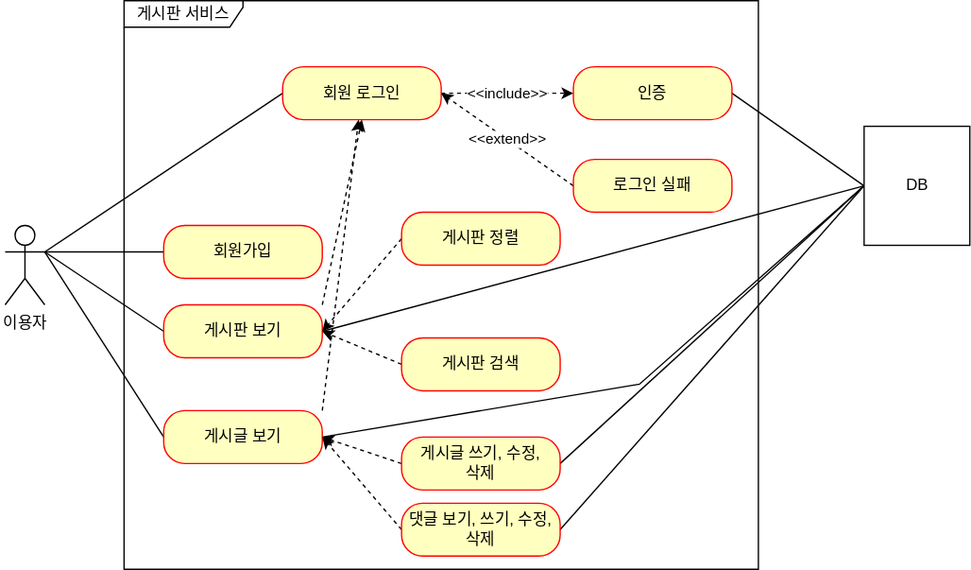
Above: document/use-case.svg in nooose/board (draw.io), before the change. Source tidied: cells renumbered, new cells last; positions are measured from the earlier drawing's top-left corner, leaving out a move shared by most shapes.
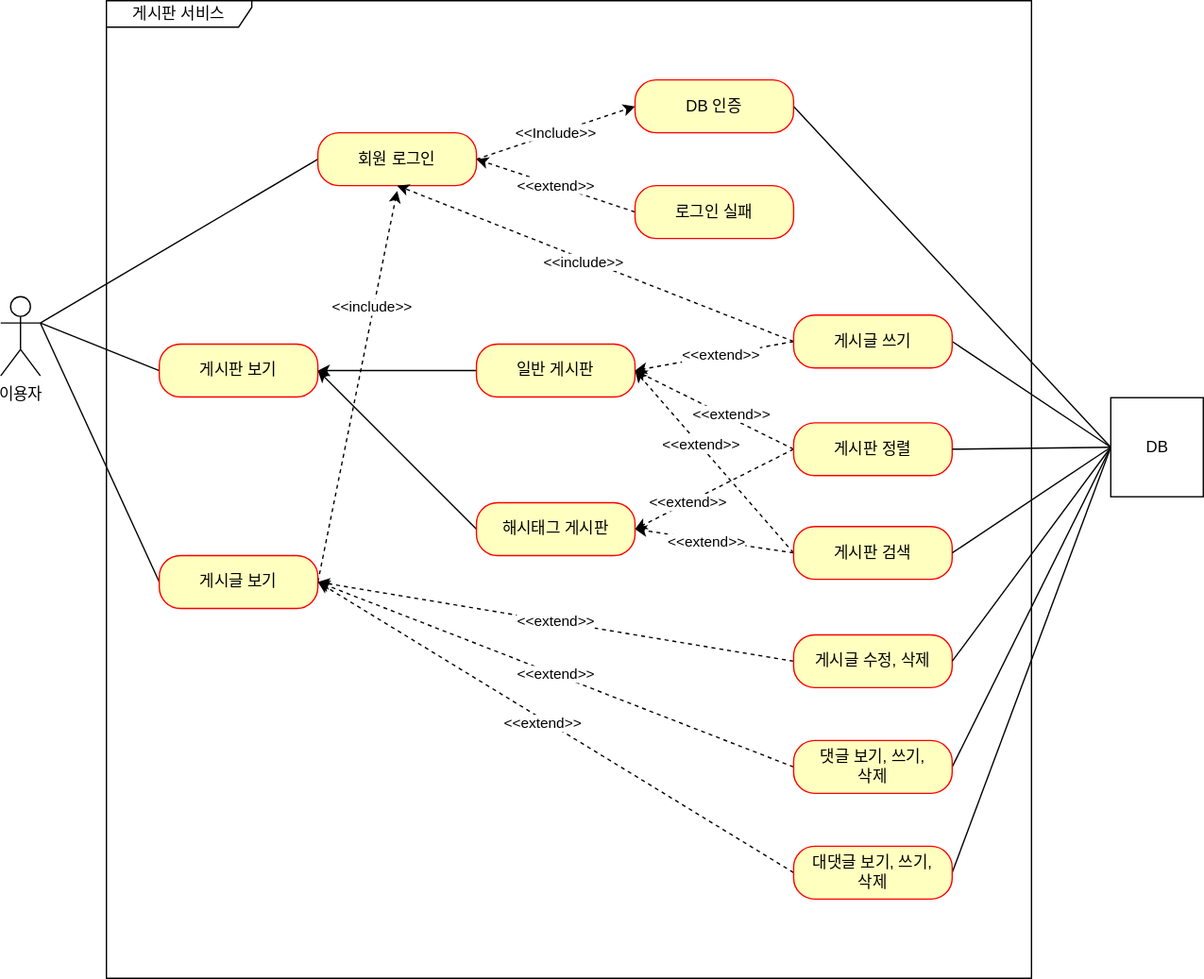
Later version of the same file.

Commit message:
#44 - 유즈케이스 수정

현재 서비스 상황에 맞게 변경

Change to the diagram source:
```diff
@@ -2,105 +2,165 @@
   <root>
     <mxCell id="0" />
     <mxCell id="1" parent="0" />
-    <mxCell id="2" value="이용자" style="shape=umlActor;verticalLabelPosition=bottom;verticalAlign=top;html=1;outlineConnect=0;" parent="1" vertex="1">
-      <mxGeometry y="170" width="30" height="60" as="geometry" />
+    <mxCell id="2" value="이용자" style="shape=umlActor;verticalLabelPosition=bottom;verticalAlign=top;html=1;" parent="1" vertex="1">
+      <mxGeometry x="-180" y="124" width="30" height="60" as="geometry" />
     </mxCell>
-    <mxCell id="3" value="게시판 서비스" style="shape=umlFrame;whiteSpace=wrap;html=1;width=90;height=20;" parent="1" vertex="1">
-      <mxGeometry x="90" width="480" height="430" as="geometry" />
+    <mxCell id="3" value="게시판 서비스" style="shape=umlFrame;whiteSpace=wrap;html=1;width=110;height=20;" parent="1" vertex="1">
+      <mxGeometry x="-100" y="-100" width="700" height="740" as="geometry" />
     </mxCell>
-    <mxCell id="4" style="rounded=0;jettySize=auto;html=1;exitX=0;exitY=0.5;exitDx=0;exitDy=0;entryX=1;entryY=0.3333333333333333;entryDx=0;entryDy=0;entryPerimeter=0;endArrow=none;endFill=0;" parent="1" edge="1" source="5" target="2">
-      <mxGeometry relative="1" as="geometry" />
-    </mxCell>
-    <mxCell id="5" value="회원가입" style="rounded=1;whiteSpace=wrap;html=1;arcSize=40;fontColor=#000000;fillColor=#ffffc0;strokeColor=#ff0000;" parent="1" vertex="1">
-      <mxGeometry x="120" y="170" width="120" height="40" as="geometry" />
-    </mxCell>
-    <mxCell id="6" style="edgeStyle=none;rounded=0;jettySize=auto;html=1;exitX=0;exitY=0.5;exitDx=0;exitDy=0;endArrow=none;endFill=0;" parent="1" edge="1" source="9">
-      <mxGeometry relative="1" as="geometry">
-        <mxPoint x="30" y="190" as="targetPoint" />
-      </mxGeometry>
-    </mxCell>
-    <mxCell id="7" style="edgeStyle=none;rounded=0;jettySize=auto;html=1;exitX=1;exitY=0;exitDx=0;exitDy=0;entryX=0.5;entryY=1;entryDx=0;entryDy=0;dashed=1;endArrow=classic;endFill=1;" parent="1" edge="1" source="9" target="16">
-      <mxGeometry relative="1" as="geometry" />
-    </mxCell>
-    <mxCell id="8" style="edgeStyle=none;rounded=0;jettySize=auto;html=1;exitX=1;exitY=0.5;exitDx=0;exitDy=0;entryX=0;entryY=0.5;entryDx=0;entryDy=0;endArrow=none;endFill=0;" parent="1" edge="1" source="9" target="31">
-      <mxGeometry relative="1" as="geometry" />
-    </mxCell>
+    <mxCell id="32" style="rounded=0;jettySize=auto;html=1;exitX=0;exitY=0.5;exitDx=0;exitDy=0;entryX=1;entryY=0.5;entryDx=0;entryDy=0;" parent="1" edge="1" source="33" target="9">
+      <mxGeometry relative="1" as="geometry" />
+    </mxCell>
+    <mxCell id="33" value="일반 게시판" style="rounded=1;whiteSpace=wrap;html=1;arcSize=40;fontColor=#000000;fillColor=#ffffc0;strokeColor=#ff0000;" parent="1" vertex="1">
+      <mxGeometry x="180" y="160" width="120" height="40" as="geometry" />
+    </mxCell>
+    <mxCell id="34" style="edgeStyle=none;rounded=0;jettySize=auto;html=1;exitX=0;exitY=0.5;exitDx=0;exitDy=0;entryX=1;entryY=0.3333333333333333;entryDx=0;entryDy=0;entryPerimeter=0;endArrow=none;endFill=0;" parent="1" edge="1" source="9" target="2">
+      <mxGeometry relative="1" as="geometry" />
+    </mxCell>
     <mxCell id="9" value="게시판 보기" style="rounded=1;whiteSpace=wrap;html=1;arcSize=40;fontColor=#000000;fillColor=#ffffc0;strokeColor=#ff0000;" parent="1" vertex="1">
-      <mxGeometry x="120" y="230" width="120" height="40" as="geometry" />
+      <mxGeometry x="-60" y="160" width="120" height="40" as="geometry" />
     </mxCell>
-    <mxCell id="10" style="edgeStyle=none;rounded=0;jettySize=auto;html=1;exitX=0;exitY=0.5;exitDx=0;exitDy=0;endArrow=none;endFill=0;" parent="1" edge="1" source="13">
-      <mxGeometry relative="1" as="geometry">
-        <mxPoint x="30" y="190" as="targetPoint" />
-      </mxGeometry>
-    </mxCell>
-    <mxCell id="11" style="edgeStyle=none;rounded=0;jettySize=auto;html=1;exitX=1;exitY=0;exitDx=0;exitDy=0;dashed=1;endArrow=classic;endFill=1;" parent="1" edge="1" source="13" target="16">
-      <mxGeometry relative="1" as="geometry" />
-    </mxCell>
-    <mxCell id="12" style="edgeStyle=none;rounded=0;jettySize=auto;html=1;exitX=1;exitY=0.5;exitDx=0;exitDy=0;entryX=0;entryY=0.5;entryDx=0;entryDy=0;endArrow=none;endFill=0;" parent="1" edge="1" source="13" target="31">
-      <mxGeometry relative="1" as="geometry">
-        <Array as="points">
-          <mxPoint x="480" y="290" />
-        </Array>
-      </mxGeometry>
-    </mxCell>
+    <mxCell id="35" style="edgeStyle=none;rounded=0;jettySize=auto;html=1;exitX=0;exitY=0.5;exitDx=0;exitDy=0;endArrow=none;endFill=0;" parent="1" edge="1" source="13">
+      <mxGeometry relative="1" as="geometry">
+        <mxPoint x="-150" y="144" as="targetPoint" />
+      </mxGeometry>
+    </mxCell>
+    <mxCell id="36" style="edgeStyle=none;rounded=0;jettySize=auto;html=1;exitX=1;exitY=0.5;exitDx=0;exitDy=0;dashed=1;endArrow=classic;endFill=1;" parent="1" edge="1" source="13">
+      <mxGeometry relative="1" as="geometry">
+        <mxPoint x="120" y="44" as="targetPoint" />
+      </mxGeometry>
+    </mxCell>
+    <mxCell id="37" value="&amp;lt;&amp;lt;include&amp;gt;&amp;gt;" style="edgeLabel;html=1;align=center;verticalAlign=middle;" parent="36" vertex="1">
+      <mxGeometry x="0.41" y="2" relative="1" as="geometry" />
+    </mxCell>
     <mxCell id="13" value="게시글 보기" style="rounded=1;whiteSpace=wrap;html=1;arcSize=40;fontColor=#000000;fillColor=#ffffc0;strokeColor=#ff0000;" parent="1" vertex="1">
-      <mxGeometry x="120" y="310" width="120" height="40" as="geometry" />
+      <mxGeometry x="-60" y="320" width="120" height="40" as="geometry" />
     </mxCell>
-    <mxCell id="14" style="edgeStyle=none;rounded=0;jettySize=auto;html=1;exitX=0;exitY=0.5;exitDx=0;exitDy=0;entryX=1;entryY=0.3333333333333333;entryDx=0;entryDy=0;entryPerimeter=0;endArrow=none;endFill=0;" parent="1" edge="1" source="16" target="2">
-      <mxGeometry relative="1" as="geometry" />
-    </mxCell>
-    <mxCell id="15" value="&amp;lt;&amp;lt;include&amp;gt;&amp;gt;" style="edgeStyle=none;rounded=0;jettySize=auto;html=1;exitX=1;exitY=0.5;exitDx=0;exitDy=0;entryX=0;entryY=0.5;entryDx=0;entryDy=0;endArrow=classic;endFill=1;dashed=1;" parent="1" edge="1" source="16" target="18">
-      <mxGeometry relative="1" as="geometry" />
-    </mxCell>
+    <mxCell id="38" style="edgeStyle=none;rounded=0;jettySize=auto;html=1;exitX=0;exitY=0.5;exitDx=0;exitDy=0;endArrow=none;endFill=0;" parent="1" edge="1" source="16">
+      <mxGeometry relative="1" as="geometry">
+        <mxPoint x="-150" y="144" as="targetPoint" />
+      </mxGeometry>
+    </mxCell>
+    <mxCell id="39" value="&amp;lt;&amp;lt;Include&amp;gt;&amp;gt;" style="rounded=0;jettySize=auto;html=1;exitX=1;exitY=0.5;exitDx=0;exitDy=0;entryX=0;entryY=0.5;entryDx=0;entryDy=0;dashed=1;" parent="1" edge="1" source="16" target="41">
+      <mxGeometry relative="1" as="geometry" />
+    </mxCell>
     <mxCell id="16" value="회원 로그인" style="rounded=1;whiteSpace=wrap;html=1;arcSize=40;fontColor=#000000;fillColor=#ffffc0;strokeColor=#ff0000;" parent="1" vertex="1">
-      <mxGeometry x="210" y="50" width="120" height="40" as="geometry" />
+      <mxGeometry x="60" width="120" height="40" as="geometry" />
     </mxCell>
-    <mxCell id="17" style="edgeStyle=none;rounded=0;jettySize=auto;html=1;exitX=1;exitY=0.5;exitDx=0;exitDy=0;entryX=0;entryY=0.5;entryDx=0;entryDy=0;endArrow=none;endFill=0;" parent="1" edge="1" source="18" target="31">
-      <mxGeometry relative="1" as="geometry" />
-    </mxCell>
-    <mxCell id="18" value="인증" style="rounded=1;whiteSpace=wrap;html=1;arcSize=40;fontColor=#000000;fillColor=#ffffc0;strokeColor=#ff0000;" parent="1" vertex="1">
-      <mxGeometry x="430" y="50" width="120" height="40" as="geometry" />
-    </mxCell>
+    <mxCell id="40" style="edgeStyle=none;rounded=0;jettySize=auto;html=1;exitX=1;exitY=0.5;exitDx=0;exitDy=0;entryX=0;entryY=0.5;entryDx=0;entryDy=0;endArrow=none;endFill=0;" parent="1" edge="1" source="41" target="31">
+      <mxGeometry relative="1" as="geometry" />
+    </mxCell>
+    <mxCell id="41" value="DB 인증" style="rounded=1;whiteSpace=wrap;html=1;arcSize=40;fontColor=#000000;fillColor=#ffffc0;strokeColor=#ff0000;" parent="1" vertex="1">
+      <mxGeometry x="300" y="-40" width="120" height="40" as="geometry" />
+    </mxCell>
-    <mxCell id="19" value="&amp;lt;&amp;lt;extend&amp;gt;&amp;gt;" style="edgeStyle=none;rounded=0;jettySize=auto;html=1;exitX=0;exitY=0.5;exitDx=0;exitDy=0;endArrow=classic;endFill=1;dashed=1;entryX=1;entryY=0.5;entryDx=0;entryDy=0;" parent="1" edge="1" source="20" target="16">
+    <mxCell id="19" value="&amp;lt;&amp;lt;extend&amp;gt;&amp;gt;" style="edgeStyle=none;rounded=0;jettySize=auto;html=1;exitX=0;exitY=0.5;exitDx=0;exitDy=0;entryX=1;entryY=0.5;entryDx=0;entryDy=0;endArrow=classic;endFill=1;dashed=1;" parent="1" edge="1" source="20" target="16">
       <mxGeometry relative="1" as="geometry" />
     </mxCell>
     <mxCell id="20" value="로그인 실패" style="rounded=1;whiteSpace=wrap;html=1;arcSize=40;fontColor=#000000;fillColor=#ffffc0;strokeColor=#ff0000;" parent="1" vertex="1">
-      <mxGeometry x="430" y="120" width="120" height="40" as="geometry" />
+      <mxGeometry x="300" y="40" width="120" height="40" as="geometry" />
     </mxCell>
-    <mxCell id="21" style="edgeStyle=none;rounded=0;jettySize=auto;html=1;exitX=0;exitY=0.5;exitDx=0;exitDy=0;entryX=1;entryY=0.5;entryDx=0;entryDy=0;dashed=1;endArrow=classic;endFill=1;" parent="1" edge="1" source="22" target="9">
-      <mxGeometry relative="1" as="geometry" />
-    </mxCell>
+    <mxCell id="42" style="edgeStyle=none;rounded=0;jettySize=auto;html=1;exitX=0;exitY=0.5;exitDx=0;exitDy=0;entryX=1;entryY=0.5;entryDx=0;entryDy=0;dashed=1;endArrow=classic;endFill=1;" parent="1" edge="1" source="22" target="33">
+      <mxGeometry relative="1" as="geometry" />
+    </mxCell>
+    <mxCell id="43" value="&amp;lt;&amp;lt;extend&amp;gt;&amp;gt;" style="edgeLabel;html=1;align=center;verticalAlign=middle;" parent="42" vertex="1">
+      <mxGeometry x="-0.18" y="-3" relative="1" as="geometry" />
+    </mxCell>
+    <mxCell id="44" style="edgeStyle=none;rounded=0;jettySize=auto;html=1;exitX=0;exitY=0.5;exitDx=0;exitDy=0;entryX=1;entryY=0.5;entryDx=0;entryDy=0;dashed=1;" parent="1" edge="1" source="22" target="61">
+      <mxGeometry relative="1" as="geometry" />
+    </mxCell>
+    <mxCell id="45" value="&amp;lt;&amp;lt;extend&amp;gt;&amp;gt;" style="edgeLabel;html=1;align=center;verticalAlign=middle;" parent="44" vertex="1">
+      <mxGeometry x="0.33" relative="1" as="geometry">
+        <mxPoint x="-1" as="offset" />
+      </mxGeometry>
+    </mxCell>
     <mxCell id="22" value="게시판 정렬" style="rounded=1;whiteSpace=wrap;html=1;arcSize=40;fontColor=#000000;fillColor=#ffffc0;strokeColor=#ff0000;" parent="1" vertex="1">
-      <mxGeometry x="300" y="160" width="120" height="40" as="geometry" />
+      <mxGeometry x="420" y="219.5" width="120" height="40" as="geometry" />
     </mxCell>
-    <mxCell id="23" style="edgeStyle=none;rounded=0;jettySize=auto;html=1;exitX=0;exitY=0.5;exitDx=0;exitDy=0;dashed=1;endArrow=classic;endFill=1;" parent="1" edge="1" source="24">
-      <mxGeometry relative="1" as="geometry">
-        <mxPoint x="240" y="250" as="targetPoint" />
-      </mxGeometry>
-    </mxCell>
+    <mxCell id="46" style="edgeStyle=none;rounded=0;jettySize=auto;html=1;exitX=0;exitY=0.5;exitDx=0;exitDy=0;dashed=1;endArrow=classic;endFill=1;entryX=1;entryY=0.5;entryDx=0;entryDy=0;" parent="1" edge="1" source="24" target="33">
+      <mxGeometry relative="1" as="geometry" />
+    </mxCell>
+    <mxCell id="47" value="&amp;lt;&amp;lt;extend&amp;gt;&amp;gt;" style="edgeLabel;html=1;align=center;verticalAlign=middle;" parent="46" vertex="1">
+      <mxGeometry x="0.18" y="-1" relative="1" as="geometry" />
+    </mxCell>
+    <mxCell id="48" style="edgeStyle=none;rounded=0;jettySize=auto;html=1;exitX=0;exitY=0.5;exitDx=0;exitDy=0;entryX=1;entryY=0.5;entryDx=0;entryDy=0;dashed=1;" parent="1" edge="1" source="24" target="61">
+      <mxGeometry relative="1" as="geometry" />
+    </mxCell>
+    <mxCell id="49" value="&amp;lt;&amp;lt;extend&amp;gt;&amp;gt;" style="edgeLabel;html=1;align=center;verticalAlign=middle;" parent="48" vertex="1">
+      <mxGeometry x="0.11" y="2" relative="1" as="geometry">
+        <mxPoint x="1" as="offset" />
+      </mxGeometry>
+    </mxCell>
     <mxCell id="24" value="게시판 검색" style="rounded=1;whiteSpace=wrap;html=1;arcSize=40;fontColor=#000000;fillColor=#ffffc0;strokeColor=#ff0000;" parent="1" vertex="1">
-      <mxGeometry x="300" y="255" width="120" height="40" as="geometry" />
+      <mxGeometry x="420" y="298" width="120" height="40" as="geometry" />
     </mxCell>
-    <mxCell id="25" style="edgeStyle=none;rounded=0;jettySize=auto;html=1;exitX=0;exitY=0.5;exitDx=0;exitDy=0;entryX=1;entryY=0.5;entryDx=0;entryDy=0;dashed=1;endArrow=classic;endFill=1;" parent="1" edge="1" source="27" target="13">
-      <mxGeometry relative="1" as="geometry" />
-    </mxCell>
-    <mxCell id="26" style="edgeStyle=none;rounded=0;jettySize=auto;html=1;exitX=1;exitY=0.5;exitDx=0;exitDy=0;entryX=0;entryY=0.5;entryDx=0;entryDy=0;endArrow=none;endFill=0;" parent="1" edge="1" source="27" target="31">
-      <mxGeometry relative="1" as="geometry" />
-    </mxCell>
-    <mxCell id="27" value="게시글 쓰기, 수정, &lt;br&gt;삭제" style="rounded=1;whiteSpace=wrap;html=1;arcSize=40;fontColor=#000000;fillColor=#ffffc0;strokeColor=#ff0000;" parent="1" vertex="1">
-      <mxGeometry x="300" y="330" width="120" height="40" as="geometry" />
-    </mxCell>
-    <mxCell id="28" style="edgeStyle=none;rounded=0;jettySize=auto;html=1;exitX=0;exitY=0.5;exitDx=0;exitDy=0;entryX=1;entryY=0.5;entryDx=0;entryDy=0;dashed=1;endArrow=classic;endFill=1;" parent="1" edge="1" source="30" target="13">
-      <mxGeometry relative="1" as="geometry" />
-    </mxCell>
-    <mxCell id="29" style="edgeStyle=none;rounded=0;jettySize=auto;html=1;exitX=1;exitY=0.5;exitDx=0;exitDy=0;endArrow=none;endFill=0;entryX=0;entryY=0.5;entryDx=0;entryDy=0;" parent="1" edge="1" source="30" target="31">
-      <mxGeometry relative="1" as="geometry" />
-    </mxCell>
-    <mxCell id="30" value="댓글 보기, 쓰기, 수정, 삭제" style="rounded=1;whiteSpace=wrap;html=1;arcSize=40;fontColor=#000000;fillColor=#ffffc0;strokeColor=#ff0000;" parent="1" vertex="1">
-      <mxGeometry x="300" y="380" width="120" height="40" as="geometry" />
-    </mxCell>
+    <mxCell id="50" value="&amp;lt;&amp;lt;extend&amp;gt;&amp;gt;" style="edgeStyle=none;rounded=0;jettySize=auto;html=1;exitX=0;exitY=0.5;exitDx=0;exitDy=0;entryX=1;entryY=0.5;entryDx=0;entryDy=0;dashed=1;endArrow=classic;endFill=1;" parent="1" edge="1" source="51" target="13">
+      <mxGeometry relative="1" as="geometry" />
+    </mxCell>
+    <mxCell id="51" value="게시글 수정, 삭제" style="rounded=1;whiteSpace=wrap;html=1;arcSize=40;fontColor=#000000;fillColor=#ffffc0;strokeColor=#ff0000;" parent="1" vertex="1">
+      <mxGeometry x="420" y="380" width="120" height="40" as="geometry" />
+    </mxCell>
+    <mxCell id="52" style="edgeStyle=none;rounded=0;jettySize=auto;html=1;exitX=0;exitY=0.5;exitDx=0;exitDy=0;dashed=1;endArrow=classic;endFill=1;entryX=1;entryY=0.5;entryDx=0;entryDy=0;" parent="1" edge="1" source="55" target="13">
+      <mxGeometry relative="1" as="geometry" />
+    </mxCell>
+    <mxCell id="53" value="&amp;lt;&amp;lt;extend&amp;gt;&amp;gt;" style="edgeLabel;html=1;align=center;verticalAlign=middle;" parent="52" vertex="1">
+      <mxGeometry x="0.01" relative="1" as="geometry" />
+    </mxCell>
+    <mxCell id="54" style="edgeStyle=none;rounded=0;jettySize=auto;html=1;exitX=1;exitY=0.5;exitDx=0;exitDy=0;endArrow=none;endFill=0;entryX=0;entryY=0.5;entryDx=0;entryDy=0;" parent="1" edge="1" source="55" target="31">
+      <mxGeometry relative="1" as="geometry" />
+    </mxCell>
+    <mxCell id="55" value="댓글 보기, 쓰기,&lt;br&gt;삭제" style="rounded=1;whiteSpace=wrap;html=1;arcSize=40;fontColor=#000000;fillColor=#ffffc0;strokeColor=#ff0000;" parent="1" vertex="1">
+      <mxGeometry x="420" y="460" width="120" height="40" as="geometry" />
+    </mxCell>
+    <mxCell id="56" style="edgeStyle=none;rounded=0;jettySize=auto;html=1;exitX=0;exitY=0.5;exitDx=0;exitDy=0;entryX=1;entryY=0.5;entryDx=0;entryDy=0;endArrow=none;endFill=0;" parent="1" edge="1" source="31" target="51">
+      <mxGeometry relative="1" as="geometry" />
+    </mxCell>
+    <mxCell id="57" style="edgeStyle=none;rounded=0;jettySize=auto;html=1;exitX=0;exitY=0.5;exitDx=0;exitDy=0;entryX=1;entryY=0.5;entryDx=0;entryDy=0;endArrow=none;endFill=0;" parent="1" edge="1" source="31" target="24">
+      <mxGeometry relative="1" as="geometry" />
+    </mxCell>
+    <mxCell id="58" style="edgeStyle=none;rounded=0;jettySize=auto;html=1;exitX=0;exitY=0.5;exitDx=0;exitDy=0;entryX=1;entryY=0.5;entryDx=0;entryDy=0;endArrow=none;endFill=0;" parent="1" edge="1" source="31" target="22">
+      <mxGeometry relative="1" as="geometry" />
+    </mxCell>
+    <mxCell id="59" style="edgeStyle=none;rounded=0;jettySize=auto;html=1;exitX=0;exitY=0.5;exitDx=0;exitDy=0;entryX=1;entryY=0.5;entryDx=0;entryDy=0;endArrow=none;endFill=0;" parent="1" edge="1" source="31" target="67">
+      <mxGeometry relative="1" as="geometry" />
+    </mxCell>
     <mxCell id="31" value="DB" style="html=1;" parent="1" vertex="1">
-      <mxGeometry x="650" y="95" width="80" height="90" as="geometry" />
+      <mxGeometry x="660" y="200.5" width="70" height="75" as="geometry" />
     </mxCell>
+    <mxCell id="60" style="jettySize=auto;html=1;exitX=0;exitY=0.5;exitDx=0;exitDy=0;entryX=1;entryY=0.5;entryDx=0;entryDy=0;rounded=0;" parent="1" edge="1" source="61" target="9">
+      <mxGeometry relative="1" as="geometry" />
+    </mxCell>
+    <mxCell id="61" value="해시태그 게시판" style="rounded=1;whiteSpace=wrap;html=1;arcSize=40;fontColor=#000000;fillColor=#ffffc0;strokeColor=#ff0000;" parent="1" vertex="1">
+      <mxGeometry x="180" y="280" width="120" height="40" as="geometry" />
+    </mxCell>
+    <mxCell id="62" style="edgeStyle=none;rounded=0;orthogonalLoop=1;jettySize=auto;html=1;exitX=0;exitY=0.5;exitDx=0;exitDy=0;" parent="1" edge="1" source="24" target="24">
+      <mxGeometry relative="1" as="geometry" />
+    </mxCell>
+    <mxCell id="63" style="edgeStyle=none;rounded=0;jettySize=auto;html=1;exitX=0;exitY=0.5;exitDx=0;exitDy=0;entryX=1;entryY=0.5;entryDx=0;entryDy=0;dashed=1;" parent="1" edge="1" source="67" target="33">
+      <mxGeometry relative="1" as="geometry" />
+    </mxCell>
+    <mxCell id="64" value="&amp;lt;&amp;lt;extend&amp;gt;&amp;gt;" style="edgeLabel;html=1;align=center;verticalAlign=middle;" parent="63" vertex="1">
+      <mxGeometry x="-0.09" y="-1" relative="1" as="geometry" />
+    </mxCell>
+    <mxCell id="65" style="edgeStyle=none;rounded=0;jettySize=auto;html=1;exitX=0;exitY=0.5;exitDx=0;exitDy=0;entryX=0.5;entryY=1;entryDx=0;entryDy=0;endArrow=classic;endFill=1;dashed=1;" parent="1" edge="1" source="67" target="16">
+      <mxGeometry relative="1" as="geometry" />
+    </mxCell>
+    <mxCell id="66" value="&amp;lt;&amp;lt;include&amp;gt;&amp;gt;" style="edgeLabel;html=1;align=center;verticalAlign=middle;" parent="65" vertex="1">
+      <mxGeometry x="0.06" y="2" relative="1" as="geometry" />
+    </mxCell>
+    <mxCell id="67" value="게시글 쓰기" style="rounded=1;whiteSpace=wrap;html=1;arcSize=40;fontColor=#000000;fillColor=#ffffc0;strokeColor=#ff0000;" parent="1" vertex="1">
+      <mxGeometry x="420" y="138" width="120" height="40" as="geometry" />
+    </mxCell>
+    <mxCell id="68" style="edgeStyle=none;rounded=0;jettySize=auto;html=1;exitX=0;exitY=0.5;exitDx=0;exitDy=0;entryX=1;entryY=0.5;entryDx=0;entryDy=0;endArrow=classic;endFill=1;dashed=1;" parent="1" edge="1" source="71" target="13">
+      <mxGeometry relative="1" as="geometry" />
+    </mxCell>
+    <mxCell id="69" value="&amp;lt;&amp;lt;extend&amp;gt;&amp;gt;" style="edgeLabel;html=1;align=center;verticalAlign=middle;" parent="68" vertex="1">
+      <mxGeometry x="0.05" y="3" relative="1" as="geometry" />
+    </mxCell>
+    <mxCell id="70" style="edgeStyle=none;rounded=0;jettySize=auto;html=1;exitX=1;exitY=0.5;exitDx=0;exitDy=0;entryX=0;entryY=0.5;entryDx=0;entryDy=0;endArrow=none;endFill=0;" parent="1" edge="1" source="71" target="31">
+      <mxGeometry relative="1" as="geometry" />
+    </mxCell>
+    <mxCell id="71" value="대댓글 보기, 쓰기,&lt;br&gt;삭제" style="rounded=1;whiteSpace=wrap;html=1;arcSize=40;fontColor=#000000;fillColor=#ffffc0;strokeColor=#ff0000;" parent="1" vertex="1">
+      <mxGeometry x="420" y="540" width="120" height="40" as="geometry" />
+    </mxCell>
   </root>
 </mxGraphModel>
```
